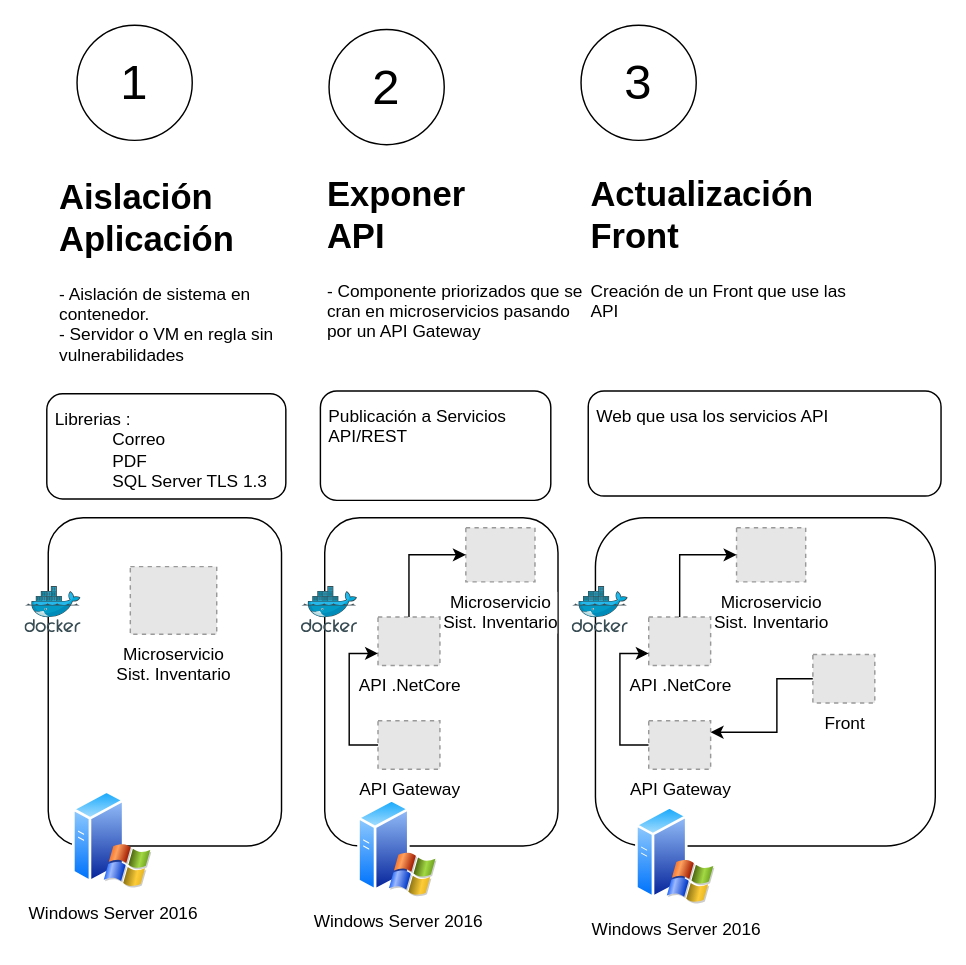
This is page "Requerimiento general" (1 of 3) of proyectos/BizGroup/IsapreCodelco/Sist. Interconsultas/BizGroup-IsapreCodelco-InterConsultasMédicas.drawio from cohgit/architecture, a draw.io file, before an edit. Source tidied: cells renumbered, new cells numbered last; positions are measured from the earlier drawing's top-left corner, leaving out a move shared by most shapes. Both pictures are drawn from the tidied source at 144%, with x=0, y=0 at pixel (24, 24). Pictures stored in the file or linked from it are replaced by grey dashed boxes.
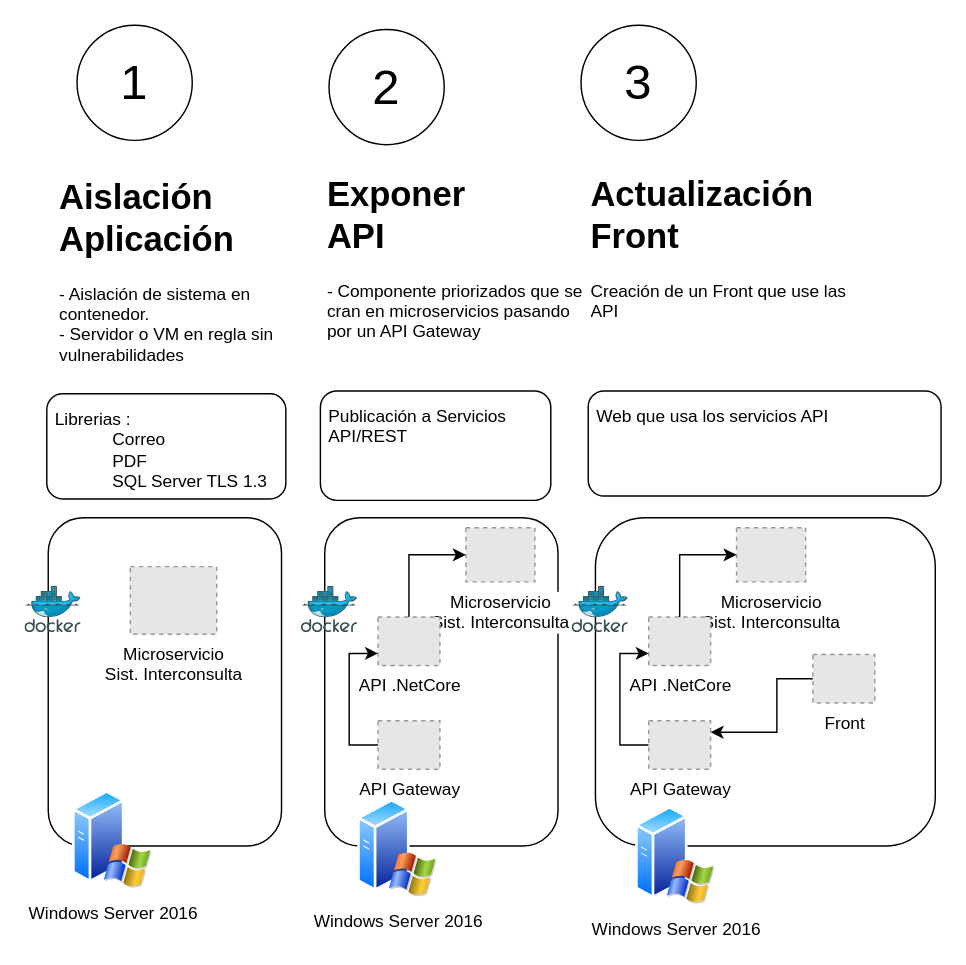
After the change.

The edit, as a diff of the source:
```diff
@@
-    <mxCell id="14" value="Microservicio&lt;br&gt;Sist. Inventario" style="fillColor=#E6E6E6;strokeColor=#999999;dashed=1;html=1;verticalAlign=top;verticalLabelPosition=bottom;labelBackgroundColor=#ffffff;" parent="1" vertex="1">
+    <mxCell id="14" value="Microservicio&lt;br&gt;Sist. Interconsulta" style="fillColor=#E6E6E6;strokeColor=#999999;dashed=1;html=1;verticalAlign=top;verticalLabelPosition=bottom;labelBackgroundColor=#ffffff;" parent="1" vertex="1">
       <mxGeometry x="73" y="376" width="60" height="47" as="geometry" />
     </mxCell>
@@
-    <mxCell id="18" value="Microservicio&lt;br&gt;Sist. Inventario" style="fillColor=#E6E6E6;strokeColor=#999999;dashed=1;html=1;verticalAlign=top;verticalLabelPosition=bottom;labelBackgroundColor=#ffffff;" parent="1" vertex="1">
+    <mxCell id="18" value="Microservicio&lt;br&gt;Sist. Interconsulta" style="fillColor=#E6E6E6;strokeColor=#999999;dashed=1;html=1;verticalAlign=top;verticalLabelPosition=bottom;labelBackgroundColor=#ffffff;" parent="1" vertex="1">
       <mxGeometry x="306" y="349" width="48" height="37.6" as="geometry" />
     </mxCell>
@@
-    <mxCell id="26" value="Microservicio&lt;br&gt;Sist. Inventario" style="fillColor=#E6E6E6;strokeColor=#999999;dashed=1;html=1;verticalAlign=top;verticalLabelPosition=bottom;labelBackgroundColor=#ffffff;" parent="1" vertex="1">
+    <mxCell id="26" value="Microservicio&lt;br&gt;Sist. Interconsulta" style="fillColor=#E6E6E6;strokeColor=#999999;dashed=1;html=1;verticalAlign=top;verticalLabelPosition=bottom;labelBackgroundColor=#ffffff;" parent="1" vertex="1">
       <mxGeometry x="494" y="349" width="48" height="37.6" as="geometry" />
     </mxCell>
```
